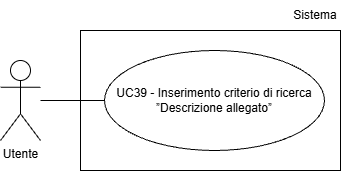
The draw.io diagram assets/Use_Case_Diagrams/UC39.png in Team-Three-Technologies/Documenti, before a commit. Source tidied: cells renumbered, new cells last; positions are measured from the earlier drawing's top-left corner, leaving out a move shared by most shapes.
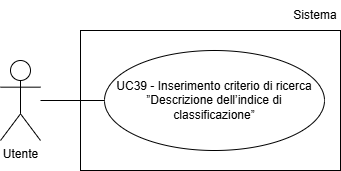
Later version of the same file.

The edit, as a diff of the source:
```diff
@@ -5,14 +5,14 @@
     <mxCell id="2" value="Utente" style="shape=umlActor;verticalLabelPosition=bottom;verticalAlign=top;html=1;" parent="1" vertex="1">
       <mxGeometry y="60" width="40" height="80" as="geometry" />
     </mxCell>
-    <mxCell id="3" value="UC39 - Inserimento criterio di ricerca ”Descrizione allegato”" style="ellipse;whiteSpace=wrap;html=1;align=center;" parent="1" vertex="1">
-      <mxGeometry x="104" y="50" width="220" height="100" as="geometry" />
-    </mxCell>
-    <mxCell id="4" style="endArrow=none;html=1;rounded=0;entryX=0;entryY=0.5;entryDx=0;entryDy=0;" parent="1" edge="1" target="3">
-      <mxGeometry relative="1" as="geometry">
-        <mxPoint x="40" y="100" as="sourcePoint" />
-      </mxGeometry>
-    </mxCell>
+    <mxCell id="7" value="&lt;div&gt;UC39 - Inserimento criterio di ricerca ”Descrizione dell’indice di classifi&lt;span style=&quot;background-color: transparent; color: light-dark(rgb(0, 0, 0), rgb(255, 255, 255));&quot;&gt;cazione”&lt;/span&gt;&lt;/div&gt;" style="ellipse;whiteSpace=wrap;html=1;align=center;" parent="1" vertex="1">
+      <mxGeometry x="104" y="50" width="220" height="100" as="geometry" />
+    </mxCell>
+    <mxCell id="8" style="endArrow=none;html=1;rounded=0;entryX=0;entryY=0.5;entryDx=0;entryDy=0;" parent="1" edge="1" target="7">
+      <mxGeometry relative="1" as="geometry">
+        <mxPoint x="40" y="100" as="sourcePoint" />
+      </mxGeometry>
+    </mxCell>
     <mxCell id="5" style="rounded=0;whiteSpace=wrap;html=1;fillColor=none;" parent="1" vertex="1">
       <mxGeometry x="80" y="30" width="260" height="140" as="geometry" />
     </mxCell>
```
